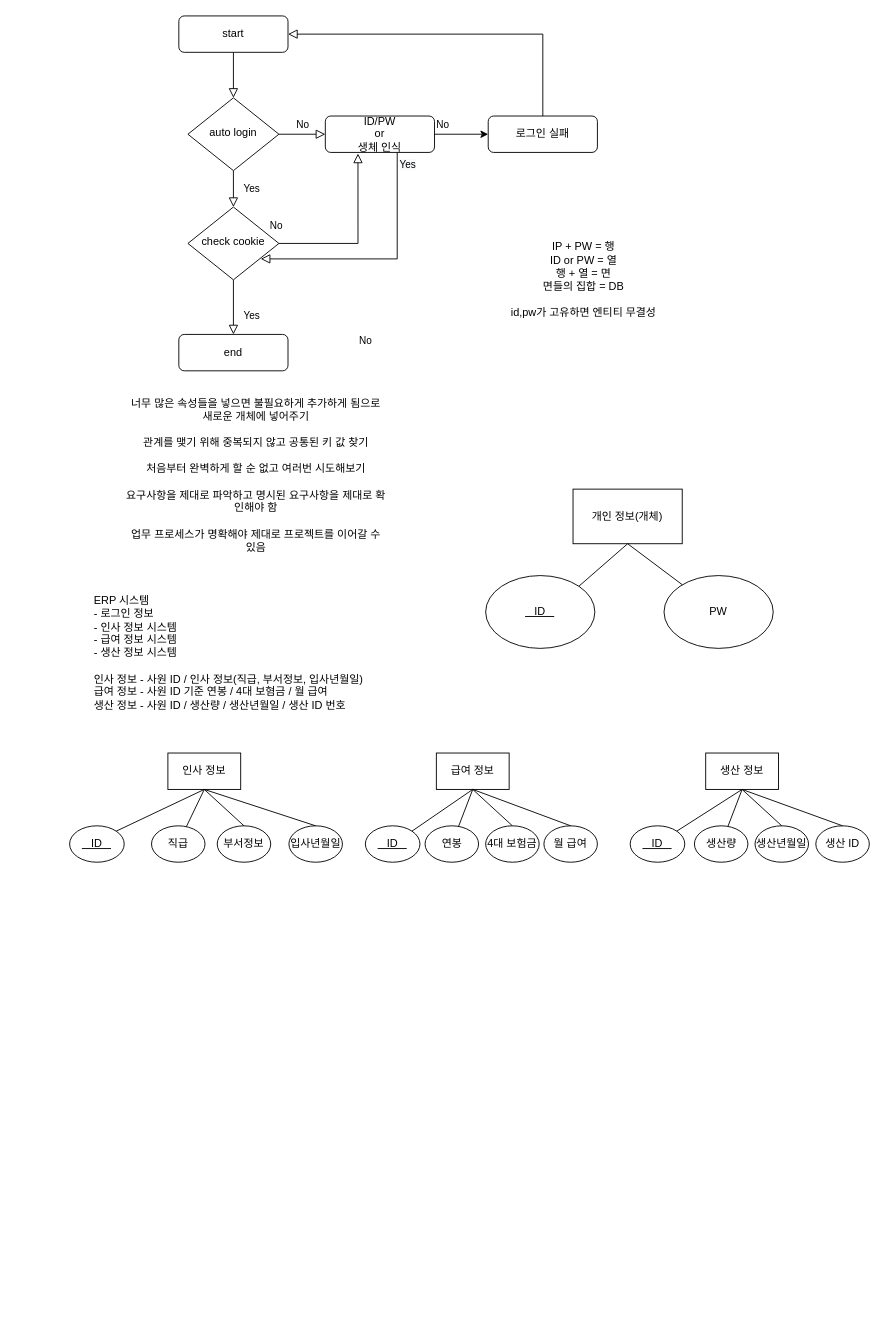
The draw.io diagram Login_diagram.drawio in heeyeon-developer/heeyeon-developer, before the edit. Source tidied: cells renumbered, new cells numbered last; positions are measured from the earlier drawing's top-left corner, leaving out a move shared by most shapes. Both pictures are drawn from the tidied source at 91%, with x=0, y=0 at pixel (69, 15).
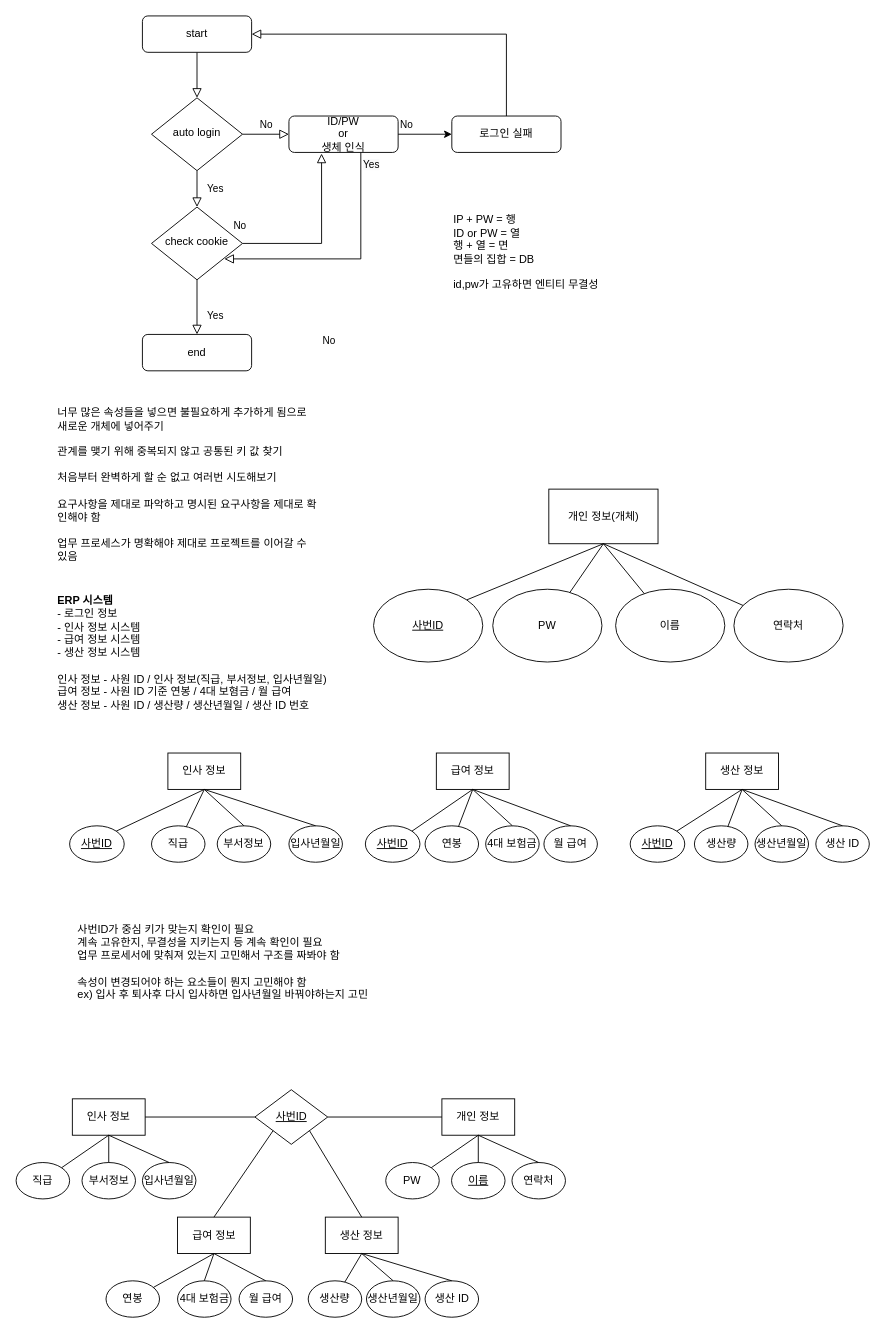
After the change.

Change to the diagram source:
```diff
@@
     <mxCell id="3" value="start" style="rounded=1;whiteSpace=wrap;html=1;fontSize=12;glass=0;strokeWidth=1;shadow=0;" parent="1" vertex="1">
-      <mxGeometry x="120" width="120" height="40" as="geometry" />
+      <mxGeometry x="80" width="120" height="40" as="geometry" />
     </mxCell>
@@
     <mxCell id="6" value="auto login" style="rhombus;whiteSpace=wrap;html=1;shadow=0;fontFamily=Helvetica;fontSize=12;align=center;strokeWidth=1;spacing=6;spacingTop=-4;" parent="1" vertex="1">
-      <mxGeometry x="130" y="90" width="100" height="80" as="geometry" />
+      <mxGeometry x="90" y="90" width="100" height="80" as="geometry" />
     </mxCell>
     <mxCell id="7" value="ID/PW&lt;br&gt;or&lt;br&gt;생체 인식" style="rounded=1;whiteSpace=wrap;html=1;fontSize=12;glass=0;strokeWidth=1;shadow=0;" parent="1" vertex="1">
-      <mxGeometry x="281" y="110" width="120" height="40" as="geometry" />
+      <mxGeometry x="241" y="110" width="120" height="40" as="geometry" />
     </mxCell>
@@
     <mxCell id="10" value="check cookie" style="rhombus;whiteSpace=wrap;html=1;shadow=0;fontFamily=Helvetica;fontSize=12;align=center;strokeWidth=1;spacing=6;spacingTop=-4;" parent="1" vertex="1">
-      <mxGeometry x="130" y="210" width="100" height="80" as="geometry" />
+      <mxGeometry x="90" y="210" width="100" height="80" as="geometry" />
     </mxCell>
     <mxCell id="11" value="end" style="rounded=1;whiteSpace=wrap;html=1;fontSize=12;glass=0;strokeWidth=1;shadow=0;" parent="1" vertex="1">
-      <mxGeometry x="120" y="350" width="120" height="40" as="geometry" />
+      <mxGeometry x="80" y="350" width="120" height="40" as="geometry" />
     </mxCell>
     <mxCell id="12" value="로그인 실패" style="rounded=1;whiteSpace=wrap;html=1;fontSize=12;glass=0;strokeWidth=1;shadow=0;" parent="1" vertex="1">
-      <mxGeometry x="460" y="110" width="120" height="40" as="geometry" />
+      <mxGeometry x="420" y="110" width="120" height="40" as="geometry" />
     </mxCell>
     <mxCell id="13" style="endArrow=classic;html=1;exitX=1;exitY=0.5;exitDx=0;exitDy=0;" parent="1" edge="1" source="7">
       <mxGeometry relative="1" as="geometry">
-        <mxPoint x="460" y="130" as="targetPoint" />
+        <mxPoint x="420" y="130" as="targetPoint" />
       </mxGeometry>
     </mxCell>
@@
     <mxCell id="15" value="&lt;span style=&quot;color: rgb(0, 0, 0); font-family: helvetica; font-size: 11px; font-style: normal; font-weight: 400; letter-spacing: normal; text-align: center; text-indent: 0px; text-transform: none; word-spacing: 0px; background-color: rgb(248, 249, 250); display: inline; float: none;&quot;&gt;Yes&lt;/span&gt;" style="text;whiteSpace=wrap;html=1;" parent="1" vertex="1">
-      <mxGeometry x="361" y="150" width="40" height="30" as="geometry" />
+      <mxGeometry x="321" y="150" width="40" height="30" as="geometry" />
     </mxCell>
     <mxCell id="16" value="No" style="edgeStyle=orthogonalEdgeStyle;rounded=0;html=1;jettySize=auto;orthogonalLoop=1;fontSize=11;endArrow=block;endFill=0;endSize=8;strokeWidth=1;shadow=0;labelBackgroundColor=none;" parent="1" edge="1">
       <mxGeometry x="0.14" y="90" relative="1" as="geometry">
-        <mxPoint x="360" y="150" as="sourcePoint" />
-        <mxPoint x="210" y="267" as="targetPoint" />
+        <mxPoint x="320" y="150" as="sourcePoint" />
+        <mxPoint x="170" y="267" as="targetPoint" />
         <Array as="points">
-          <mxPoint x="360" y="267" />
+          <mxPoint x="320" y="267" />
         </Array>
       </mxGeometry>
     </mxCell>
-    <mxCell id="17" value="IP + PW = 행&lt;br&gt;ID or PW = 열&lt;br&gt;행 + 열 = 면&lt;br&gt;면들의 집합 = DB&lt;br&gt;&lt;br&gt;id,pw가 고유하면 엔티티 무결성" style="text;html=1;strokeColor=none;fillColor=none;align=center;verticalAlign=middle;whiteSpace=wrap;rounded=0;" parent="1" vertex="1">
-      <mxGeometry x="430" y="200" width="270" height="180" as="geometry" />
+    <mxCell id="17" value="IP + PW = 행&lt;br&gt;ID or PW = 열&lt;br&gt;행 + 열 = 면&lt;br&gt;면들의 집합 = DB&lt;br&gt;&lt;br&gt;id,pw가 고유하면 엔티티 무결성" style="text;html=1;strokeColor=none;fillColor=none;align=left;verticalAlign=middle;whiteSpace=wrap;rounded=0;" parent="1" vertex="1">
+      <mxGeometry x="420" y="170" width="270" height="180" as="geometry" />
     </mxCell>
     <mxCell id="18" value="개인 정보(개체)" style="rounded=0;whiteSpace=wrap;html=1;" parent="1" vertex="1">
-      <mxGeometry x="553.2" y="520" width="120" height="60" as="geometry" />
+      <mxGeometry x="526.6" y="520" width="120" height="60" as="geometry" />
     </mxCell>
-    <mxCell id="19" value="&lt;u&gt;&amp;nbsp; &amp;nbsp;ID&amp;nbsp; &amp;nbsp;&lt;/u&gt;" style="ellipse;whiteSpace=wrap;html=1;" parent="1" vertex="1">
-      <mxGeometry x="457.2" y="615" width="120" height="80" as="geometry" />
+    <mxCell id="19" value="&lt;u&gt;사번ID&lt;/u&gt;" style="ellipse;whiteSpace=wrap;html=1;" parent="1" vertex="1">
+      <mxGeometry x="334" y="630" width="120" height="80" as="geometry" />
     </mxCell>
     <mxCell id="20" value="PW" style="ellipse;whiteSpace=wrap;html=1;" parent="1" vertex="1">
-      <mxGeometry x="653.2" y="615" width="120" height="80" as="geometry" />
+      <mxGeometry x="465" y="630" width="120" height="80" as="geometry" />
     </mxCell>
@@
-    <mxCell id="23" value="너무 많은 속성들을 넣으면 불필요하게 추가하게 됨으로 새로운 개체에 넣어주기&lt;br&gt;&lt;br&gt;관계를 맺기 위해 중복되지 않고 공통된 키 값 찾기&lt;br&gt;&lt;br&gt;처음부터 완벽하게 할 순 없고 여러번 시도해보기&lt;br&gt;&lt;br&gt;요구사항을 제대로 파악하고 명시된 요구사항을 제대로 확인해야 함&lt;br&gt;&lt;br&gt;업무 프로세스가 명확해야 제대로 프로젝트를 이어갈 수 있음" style="text;html=1;strokeColor=none;fillColor=none;align=center;verticalAlign=middle;whiteSpace=wrap;rounded=0;" parent="1" vertex="1">
-      <mxGeometry x="60" y="410" width="290" height="190" as="geometry" />
+    <mxCell id="23" value="너무 많은 속성들을 넣으면 불필요하게 추가하게 됨으로 새로운 개체에 넣어주기&lt;br&gt;&lt;br&gt;관계를 맺기 위해 중복되지 않고 공통된 키 값 찾기&lt;br&gt;&lt;br&gt;처음부터 완벽하게 할 순 없고 여러번 시도해보기&lt;br&gt;&lt;br&gt;요구사항을 제대로 파악하고 명시된 요구사항을 제대로 확인해야 함&lt;br&gt;&lt;br&gt;업무 프로세스가 명확해야 제대로 프로젝트를 이어갈 수 있음" style="text;html=1;strokeColor=none;fillColor=none;align=left;verticalAlign=middle;whiteSpace=wrap;rounded=0;" parent="1" vertex="1">
+      <mxGeometry x="-15" y="420" width="290" height="190" as="geometry" />
     </mxCell>
-    <mxCell id="24" value="&lt;div&gt;&lt;span&gt;ERP 시스템&lt;/span&gt;&lt;/div&gt;&lt;div&gt;&lt;span&gt;- 로그인 정보&lt;/span&gt;&lt;/div&gt;&lt;div&gt;&lt;span&gt;- 인사 정보 시스템&lt;/span&gt;&lt;/div&gt;&lt;div&gt;&lt;span&gt;- 급여 정보 시스템&lt;/span&gt;&lt;/div&gt;&lt;div&gt;&lt;span&gt;- 생산 정보 시스템&lt;/span&gt;&lt;/div&gt;&lt;div&gt;&lt;span&gt;&lt;br&gt;&lt;/span&gt;&lt;/div&gt;&lt;div&gt;&lt;span&gt;인사 정보 - 사원 ID / 인사 정보(직급, 부서정보, 입사년월일)&lt;/span&gt;&lt;/div&gt;&lt;div&gt;&lt;span&gt;급여 정보 - 사원 ID 기준 연봉 / 4대 보혐금 / 월 급여&lt;/span&gt;&lt;/div&gt;&lt;div&gt;&lt;span&gt;생산 정보 - 사원 ID / 생산량 / 생산년월일 / 생산 ID 번호&lt;/span&gt;&lt;/div&gt;" style="text;html=1;strokeColor=none;fillColor=none;align=left;verticalAlign=middle;whiteSpace=wrap;rounded=0;" parent="1" vertex="1">
-      <mxGeometry x="25" y="610" width="360" height="180" as="geometry" />
+    <mxCell id="24" value="&lt;div&gt;&lt;span&gt;&lt;b&gt;ERP 시스템&lt;/b&gt;&lt;/span&gt;&lt;/div&gt;&lt;div&gt;&lt;span&gt;- 로그인 정보&lt;/span&gt;&lt;/div&gt;&lt;div&gt;&lt;span&gt;- 인사 정보 시스템&lt;/span&gt;&lt;/div&gt;&lt;div&gt;&lt;span&gt;- 급여 정보 시스템&lt;/span&gt;&lt;/div&gt;&lt;div&gt;&lt;span&gt;- 생산 정보 시스템&lt;/span&gt;&lt;/div&gt;&lt;div&gt;&lt;span&gt;&lt;br&gt;&lt;/span&gt;&lt;/div&gt;&lt;div&gt;&lt;span&gt;인사 정보 - 사원 ID / 인사 정보(직급, 부서정보, 입사년월일)&lt;/span&gt;&lt;/div&gt;&lt;div&gt;&lt;span&gt;급여 정보 - 사원 ID 기준 연봉 / 4대 보혐금 / 월 급여&lt;/span&gt;&lt;/div&gt;&lt;div&gt;&lt;span&gt;생산 정보 - 사원 ID / 생산량 / 생산년월일 / 생산 ID 번호&lt;/span&gt;&lt;/div&gt;" style="text;html=1;strokeColor=none;fillColor=none;align=left;verticalAlign=middle;whiteSpace=wrap;rounded=0;" parent="1" vertex="1">
+      <mxGeometry x="-15" y="610" width="360" height="180" as="geometry" />
     </mxCell>
@@
-    <mxCell id="26" value="&lt;u&gt;&amp;nbsp; &amp;nbsp;ID&amp;nbsp; &amp;nbsp;&lt;/u&gt;" style="ellipse;whiteSpace=wrap;html=1;" parent="1" vertex="1">
+    <mxCell id="26" value="&lt;u&gt;사번ID&lt;/u&gt;" style="ellipse;whiteSpace=wrap;html=1;" parent="1" vertex="1">
       <mxGeometry y="890" width="60" height="40" as="geometry" />
     </mxCell>
@@
-    <mxCell id="35" value="&lt;u&gt;&amp;nbsp; &amp;nbsp;ID&amp;nbsp; &amp;nbsp;&lt;/u&gt;" style="ellipse;whiteSpace=wrap;html=1;" parent="1" vertex="1">
+    <mxCell id="35" value="&lt;u&gt;사번ID&lt;/u&gt;" style="ellipse;whiteSpace=wrap;html=1;" parent="1" vertex="1">
       <mxGeometry x="325" y="890" width="60" height="40" as="geometry" />
     </mxCell>
@@
-    <mxCell id="44" value="&lt;u&gt;&amp;nbsp; &amp;nbsp;ID&amp;nbsp; &amp;nbsp;&lt;/u&gt;" style="ellipse;whiteSpace=wrap;html=1;" parent="1" vertex="1">
+    <mxCell id="44" value="&lt;u&gt;사번ID&lt;/u&gt;" style="ellipse;whiteSpace=wrap;html=1;" parent="1" vertex="1">
       <mxGeometry x="616" y="890" width="60" height="40" as="geometry" />
     </mxCell>
@@
+    <mxCell id="52" value="이름" style="ellipse;whiteSpace=wrap;html=1;" parent="1" vertex="1">
+      <mxGeometry x="600" y="630" width="120" height="80" as="geometry" />
+    </mxCell>
+    <mxCell id="53" style="endArrow=none;html=1;entryX=0.5;entryY=1;entryDx=0;entryDy=0;" parent="1" edge="1" source="52" target="18">
+      <mxGeometry relative="1" as="geometry" />
+    </mxCell>
+    <mxCell id="54" value="연락처" style="ellipse;whiteSpace=wrap;html=1;" parent="1" vertex="1">
+      <mxGeometry x="730" y="630" width="120" height="80" as="geometry" />
+    </mxCell>
+    <mxCell id="55" style="endArrow=none;html=1;entryX=0.5;entryY=1;entryDx=0;entryDy=0;" parent="1" edge="1" source="54" target="18">
+      <mxGeometry relative="1" as="geometry" />
+    </mxCell>
+    <mxCell id="56" value="사번ID가 중심 키가 맞는지 확인이 필요&lt;br&gt;계속 고유한지, 무결성을 지키는지 등 계속 확인이 필요&lt;br&gt;업무 프로세서에 맞춰져 있는지 고민해서 구조를 짜봐야 함&lt;br&gt;&lt;br&gt;속성이 변경되어야 하는 요소들이 뭔지 고민해야 함&lt;br&gt;ex) 입사 후 퇴사후 다시 입사하면 입사년월일 바꿔야하는지 고민" style="text;html=1;strokeColor=none;fillColor=none;align=left;verticalAlign=middle;whiteSpace=wrap;rounded=0;" parent="1" vertex="1">
+      <mxGeometry x="7.2" y="970" width="472.8" height="140" as="geometry" />
+    </mxCell>
+    <mxCell id="57" value="인사 정보" style="rounded=0;whiteSpace=wrap;html=1;" parent="1" vertex="1">
+      <mxGeometry x="3" y="1190" width="80" height="40" as="geometry" />
+    </mxCell>
+    <mxCell id="58" value="&lt;u&gt;사번ID&lt;/u&gt;" style="rhombus;whiteSpace=wrap;html=1;" parent="1" vertex="1">
+      <mxGeometry x="203.6" y="1180" width="80" height="60" as="geometry" />
+    </mxCell>
+    <mxCell id="59" value="직급" style="ellipse;whiteSpace=wrap;html=1;" parent="1" vertex="1">
+      <mxGeometry x="-58.8" y="1260" width="58.8" height="40" as="geometry" />
+    </mxCell>
+    <mxCell id="60" style="endArrow=none;html=1;exitX=0;exitY=0.5;exitDx=0;exitDy=0;entryX=1;entryY=0.5;entryDx=0;entryDy=0;" parent="1" edge="1" source="58" target="57">
+      <mxGeometry relative="1" as="geometry" />
+    </mxCell>
+    <mxCell id="61" style="endArrow=none;html=1;entryX=0.5;entryY=1;entryDx=0;entryDy=0;" parent="1" edge="1" source="59" target="57">
+      <mxGeometry relative="1" as="geometry" />
+    </mxCell>
+    <mxCell id="62" value="부서정보" style="ellipse;whiteSpace=wrap;html=1;" parent="1" vertex="1">
+      <mxGeometry x="13.6" y="1260" width="58.8" height="40" as="geometry" />
+    </mxCell>
+    <mxCell id="63" value="입사년월일" style="ellipse;whiteSpace=wrap;html=1;" parent="1" vertex="1">
+      <mxGeometry x="80" y="1260" width="58.8" height="40" as="geometry" />
+    </mxCell>
+    <mxCell id="64" style="endArrow=none;html=1;exitX=0.5;exitY=0;exitDx=0;exitDy=0;entryX=0.5;entryY=1;entryDx=0;entryDy=0;" parent="1" edge="1" source="62" target="57">
+      <mxGeometry relative="1" as="geometry" />
+    </mxCell>
+    <mxCell id="65" style="endArrow=none;html=1;entryX=0.5;entryY=1;entryDx=0;entryDy=0;exitX=0.5;exitY=0;exitDx=0;exitDy=0;" parent="1" edge="1" source="63" target="57">
+      <mxGeometry relative="1" as="geometry" />
+    </mxCell>
+    <mxCell id="66" value="개인 정보" style="rounded=0;whiteSpace=wrap;html=1;" parent="1" vertex="1">
+      <mxGeometry x="409.1" y="1190" width="80" height="40" as="geometry" />
+    </mxCell>
+    <mxCell id="67" value="PW" style="ellipse;whiteSpace=wrap;html=1;" parent="1" vertex="1">
+      <mxGeometry x="347.4" y="1260" width="58.8" height="40" as="geometry" />
+    </mxCell>
+    <mxCell id="68" style="endArrow=none;html=1;entryX=0.5;entryY=1;entryDx=0;entryDy=0;" parent="1" edge="1" source="67" target="66">
+      <mxGeometry relative="1" as="geometry" />
+    </mxCell>
+    <mxCell id="69" value="&lt;u&gt;이름&lt;/u&gt;" style="ellipse;whiteSpace=wrap;html=1;" parent="1" vertex="1">
+      <mxGeometry x="419.7" y="1260" width="58.8" height="40" as="geometry" />
+    </mxCell>
+    <mxCell id="70" value="연락처" style="ellipse;whiteSpace=wrap;html=1;" parent="1" vertex="1">
+      <mxGeometry x="486.1" y="1260" width="58.8" height="40" as="geometry" />
+    </mxCell>
+    <mxCell id="71" style="endArrow=none;html=1;exitX=0.5;exitY=0;exitDx=0;exitDy=0;entryX=0.5;entryY=1;entryDx=0;entryDy=0;" parent="1" edge="1" source="69" target="66">
+      <mxGeometry relative="1" as="geometry" />
+    </mxCell>
+    <mxCell id="72" style="endArrow=none;html=1;entryX=0.5;entryY=1;entryDx=0;entryDy=0;exitX=0.5;exitY=0;exitDx=0;exitDy=0;" parent="1" edge="1" source="70" target="66">
+      <mxGeometry relative="1" as="geometry" />
+    </mxCell>
+    <mxCell id="73" style="endArrow=none;html=1;exitX=0;exitY=0.5;exitDx=0;exitDy=0;entryX=1;entryY=0.5;entryDx=0;entryDy=0;" parent="1" edge="1" source="66" target="58">
+      <mxGeometry relative="1" as="geometry" />
+    </mxCell>
+    <mxCell id="74" value="급여 정보" style="rounded=0;whiteSpace=wrap;html=1;" parent="1" vertex="1">
+      <mxGeometry x="118.6" y="1320" width="80" height="40" as="geometry" />
+    </mxCell>
+    <mxCell id="75" value="연봉" style="ellipse;whiteSpace=wrap;html=1;" parent="1" vertex="1">
+      <mxGeometry x="40" y="1390" width="58.8" height="40" as="geometry" />
+    </mxCell>
+    <mxCell id="76" style="endArrow=none;html=1;entryX=0.5;entryY=1;entryDx=0;entryDy=0;" parent="1" edge="1" source="75" target="74">
+      <mxGeometry relative="1" as="geometry" />
+    </mxCell>
+    <mxCell id="77" value="4대 보험금" style="ellipse;whiteSpace=wrap;html=1;" parent="1" vertex="1">
+      <mxGeometry x="118.6" y="1390" width="58.8" height="40" as="geometry" />
+    </mxCell>
+    <mxCell id="78" value="월 급여" style="ellipse;whiteSpace=wrap;html=1;" parent="1" vertex="1">
+      <mxGeometry x="186.2" y="1390" width="58.8" height="40" as="geometry" />
+    </mxCell>
+    <mxCell id="79" style="endArrow=none;html=1;exitX=0.5;exitY=0;exitDx=0;exitDy=0;entryX=0.5;entryY=1;entryDx=0;entryDy=0;" parent="1" edge="1" source="77" target="74">
+      <mxGeometry relative="1" as="geometry" />
+    </mxCell>
+    <mxCell id="80" style="endArrow=none;html=1;entryX=0.5;entryY=1;entryDx=0;entryDy=0;exitX=0.5;exitY=0;exitDx=0;exitDy=0;" parent="1" edge="1" source="78" target="74">
+      <mxGeometry relative="1" as="geometry" />
+    </mxCell>
+    <mxCell id="81" value="생산 정보" style="rounded=0;whiteSpace=wrap;html=1;" parent="1" vertex="1">
+      <mxGeometry x="281" y="1320" width="80" height="40" as="geometry" />
+    </mxCell>
+    <mxCell id="82" value="생산량" style="ellipse;whiteSpace=wrap;html=1;" parent="1" vertex="1">
+      <mxGeometry x="262.2" y="1390" width="58.8" height="40" as="geometry" />
+    </mxCell>
+    <mxCell id="83" style="endArrow=none;html=1;entryX=0.5;entryY=1;entryDx=0;entryDy=0;" parent="1" edge="1" source="82" target="81">
+      <mxGeometry relative="1" as="geometry" />
+    </mxCell>
+    <mxCell id="84" value="생산년월일" style="ellipse;whiteSpace=wrap;html=1;" parent="1" vertex="1">
+      <mxGeometry x="326.2" y="1390" width="58.8" height="40" as="geometry" />
+    </mxCell>
+    <mxCell id="85" value="생산 ID" style="ellipse;whiteSpace=wrap;html=1;" parent="1" vertex="1">
+      <mxGeometry x="390.6" y="1390" width="58.8" height="40" as="geometry" />
+    </mxCell>
+    <mxCell id="86" style="endArrow=none;html=1;exitX=0.5;exitY=0;exitDx=0;exitDy=0;entryX=0.5;entryY=1;entryDx=0;entryDy=0;" parent="1" edge="1" source="84" target="81">
+      <mxGeometry relative="1" as="geometry" />
+    </mxCell>
+    <mxCell id="87" style="endArrow=none;html=1;entryX=0.5;entryY=1;entryDx=0;entryDy=0;exitX=0.5;exitY=0;exitDx=0;exitDy=0;" parent="1" edge="1" source="85" target="81">
+      <mxGeometry relative="1" as="geometry" />
+    </mxCell>
+    <mxCell id="88" style="endArrow=none;html=1;exitX=0;exitY=1;exitDx=0;exitDy=0;entryX=0.5;entryY=0;entryDx=0;entryDy=0;" parent="1" edge="1" source="58" target="74">
+      <mxGeometry relative="1" as="geometry" />
+    </mxCell>
+    <mxCell id="89" style="endArrow=none;html=1;exitX=1;exitY=1;exitDx=0;exitDy=0;entryX=0.5;entryY=0;entryDx=0;entryDy=0;" parent="1" edge="1" source="58" target="81">
+      <mxGeometry relative="1" as="geometry" />
+    </mxCell>
```
